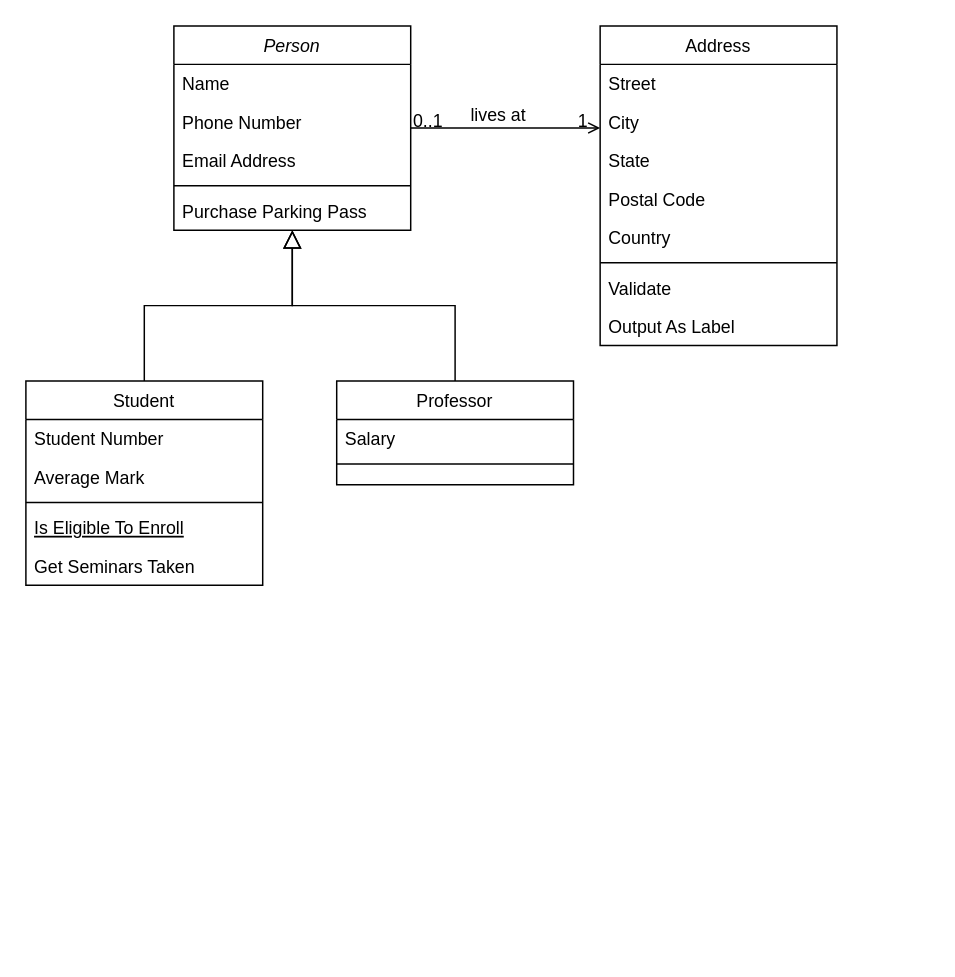
This is repo/Diagramme sans nom.drawio from developer-ta/AndoideFirstApp, a draw.io file, before an edit. Source tidied: cells renumbered, new cells numbered last; positions are measured from the earlier drawing's top-left corner, leaving out a move shared by most shapes. Both pictures are drawn from the tidied source at 148%, with x=0, y=0 at pixel (25, 25).
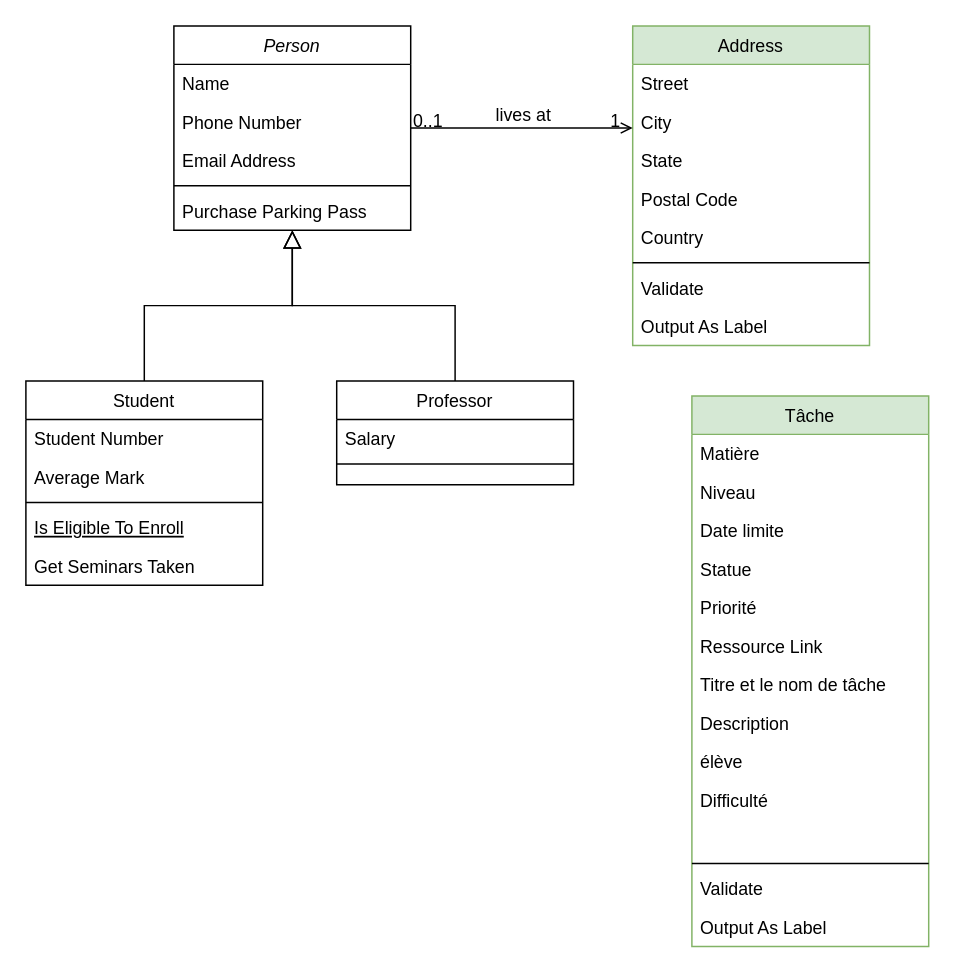
The same diagram, later.

Commit message:
Mettre à jour Diagramme sans nom.drawio

What changed in the source:
```diff
@@
-    <mxCell id="19" value="Address" style="swimlane;fontStyle=0;align=center;verticalAlign=top;horizontal=1;startSize=26;rounded=0;shadow=0;strokeWidth=1;" parent="1" vertex="1">
-      <mxGeometry x="388" width="160" height="216" as="geometry" />
+    <mxCell id="19" value="Address" style="swimlane;fontStyle=0;align=center;verticalAlign=top;horizontal=1;startSize=26;rounded=0;shadow=0;strokeWidth=1;fillColor=#d5e8d4;strokeColor=#82b366;" parent="1" vertex="1">
+      <mxGeometry x="410" width="160" height="216" as="geometry" />
     </mxCell>
@@
+    <mxCell id="32" value="Tâche " style="swimlane;fontStyle=0;align=center;verticalAlign=top;horizontal=1;startSize=26;rounded=0;shadow=0;strokeWidth=1;fillColor=#d5e8d4;strokeColor=#82b366;" parent="1" vertex="1">
+      <mxGeometry x="450" y="250" width="160" height="372" as="geometry" />
+    </mxCell>
+    <mxCell id="33" value="Matière" style="text;align=left;verticalAlign=top;spacingLeft=4;spacingRight=4;overflow=hidden;rounded=0;shadow=0;html=0;" parent="32" vertex="1">
+      <mxGeometry y="26" width="160" height="26" as="geometry" />
+    </mxCell>
+    <mxCell id="34" value="Niveau" style="text;align=left;verticalAlign=top;spacingLeft=4;spacingRight=4;overflow=hidden;rounded=0;shadow=0;html=0;" parent="32" vertex="1">
+      <mxGeometry y="52" width="160" height="26" as="geometry" />
+    </mxCell>
+    <mxCell id="35" value="Date limite" style="text;align=left;verticalAlign=top;spacingLeft=4;spacingRight=4;overflow=hidden;rounded=0;shadow=0;html=0;" parent="32" vertex="1">
+      <mxGeometry y="78" width="160" height="26" as="geometry" />
+    </mxCell>
+    <mxCell id="36" value="Statue" style="text;align=left;verticalAlign=top;spacingLeft=4;spacingRight=4;overflow=hidden;rounded=0;shadow=0;html=0;" parent="32" vertex="1">
+      <mxGeometry y="104" width="160" height="26" as="geometry" />
+    </mxCell>
+    <mxCell id="37" value="Priorité" style="text;align=left;verticalAlign=top;spacingLeft=4;spacingRight=4;overflow=hidden;rounded=0;shadow=0;html=0;" parent="32" vertex="1">
+      <mxGeometry y="130" width="160" height="26" as="geometry" />
+    </mxCell>
+    <mxCell id="38" value="Ressource Link" style="text;align=left;verticalAlign=top;spacingLeft=4;spacingRight=4;overflow=hidden;rounded=0;shadow=0;html=0;" parent="32" vertex="1">
+      <mxGeometry y="156" width="160" height="26" as="geometry" />
+    </mxCell>
+    <mxCell id="39" value="Titre et le nom de tâche" style="text;align=left;verticalAlign=top;spacingLeft=4;spacingRight=4;overflow=hidden;rounded=0;shadow=0;html=0;" parent="32" vertex="1">
+      <mxGeometry y="182" width="160" height="26" as="geometry" />
+    </mxCell>
+    <mxCell id="40" value="Description" style="text;align=left;verticalAlign=top;spacingLeft=4;spacingRight=4;overflow=hidden;rounded=0;shadow=0;html=0;" parent="32" vertex="1">
+      <mxGeometry y="208" width="160" height="26" as="geometry" />
+    </mxCell>
+    <mxCell id="41" value="élève" style="text;align=left;verticalAlign=top;spacingLeft=4;spacingRight=4;overflow=hidden;rounded=0;shadow=0;html=0;" parent="32" vertex="1">
+      <mxGeometry y="234" width="160" height="26" as="geometry" />
+    </mxCell>
+    <mxCell id="42" value="Difficulté" style="text;align=left;verticalAlign=top;spacingLeft=4;spacingRight=4;overflow=hidden;rounded=0;shadow=0;html=0;" parent="32" vertex="1">
+      <mxGeometry y="260" width="160" height="26" as="geometry" />
+    </mxCell>
+    <mxCell id="43" style="text;align=left;verticalAlign=top;spacingLeft=4;spacingRight=4;overflow=hidden;rounded=0;shadow=0;html=0;" parent="32" vertex="1">
+      <mxGeometry y="286" width="160" height="26" as="geometry" />
+    </mxCell>
+    <mxCell id="44" style="line;html=1;strokeWidth=1;align=left;verticalAlign=middle;spacingTop=-1;spacingLeft=3;spacingRight=3;labelPosition=right;" parent="32" vertex="1">
+      <mxGeometry y="312" width="160" height="8" as="geometry" />
+    </mxCell>
+    <mxCell id="45" value="Validate" style="text;align=left;verticalAlign=top;spacingLeft=4;spacingRight=4;overflow=hidden;" parent="32" vertex="1">
+      <mxGeometry y="320" width="160" height="26" as="geometry" />
+    </mxCell>
+    <mxCell id="46" value="Output As Label" style="text;align=left;verticalAlign=top;spacingLeft=4;spacingRight=4;overflow=hidden;" parent="32" vertex="1">
+      <mxGeometry y="346" width="160" height="26" as="geometry" />
+    </mxCell>
```
